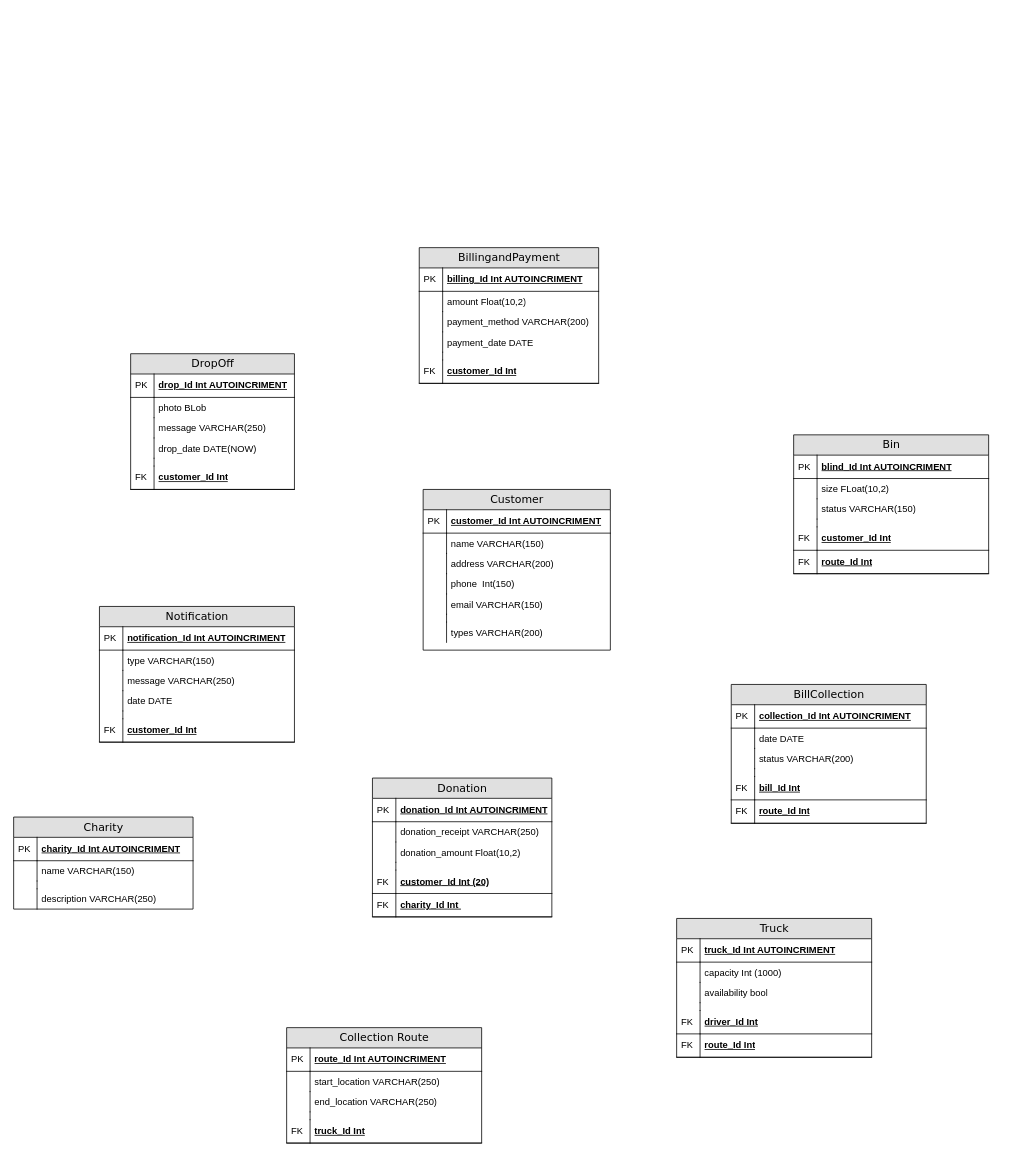
Before: Untitled Diagram.drawio in levos-snr/recycle4Change-R4C, a draw.io diagram. Source tidied: cells renumbered, new cells numbered last; positions are measured from the earlier drawing's top-left corner, leaving out a move shared by most shapes. Both pictures are drawn from the tidied source at 78%, with x=0, y=0 at pixel (13, 247).
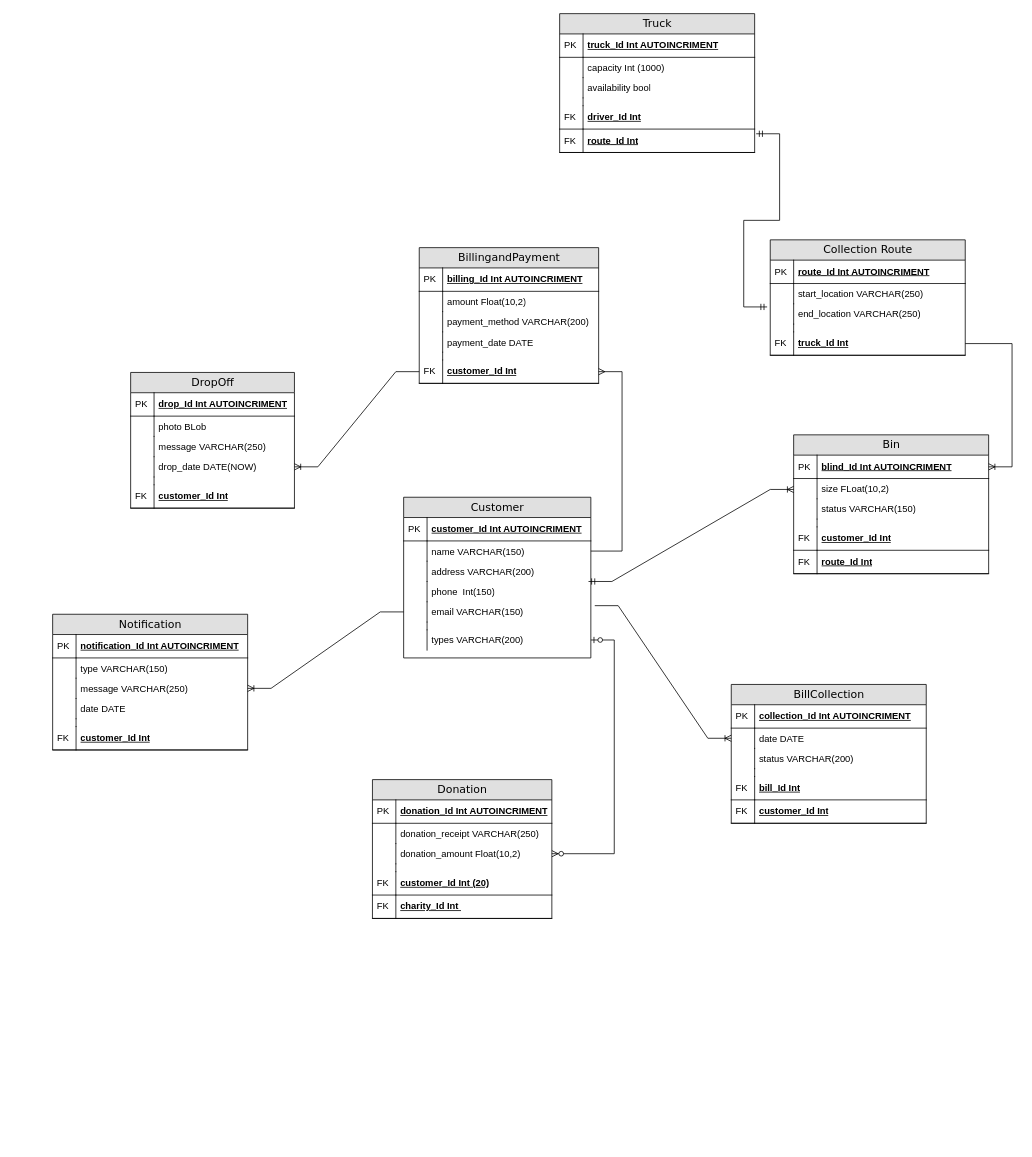
The same diagram, later.

The change refers to these unchanged cells:
```xml
<mxCell id="7" value="donation_amount Float(10,2)" style="shape=partialRectangle;top=0;left=0;right=0;bottom=0;html=1;align=left;verticalAlign=top;fillColor=none;spacingLeft=34;spacingRight=4;whiteSpace=wrap;overflow=hidden;points=[[0,0.5],[1,0.5]];portConstraint=eastwest;" parent="2" vertex="1">
  <mxGeometry y="82" width="230" height="26" as="geometry" />
</mxCell>
<mxCell id="27" value="name VARCHAR(150)" style="shape=partialRectangle;top=0;left=0;right=0;bottom=0;html=1;align=left;verticalAlign=top;fillColor=none;spacingLeft=34;spacingRight=4;whiteSpace=wrap;overflow=hidden;points=[[0,0.5],[1,0.5]];portConstraint=eastwest;" parent="24" vertex="1">
  <mxGeometry y="56" width="240" height="26" as="geometry" />
</mxCell>
<mxCell id="33" value="email VARCHAR(150)" style="shape=partialRectangle;top=0;left=0;right=0;bottom=0;html=1;align=left;verticalAlign=top;fillColor=none;spacingLeft=34;spacingRight=4;whiteSpace=wrap;overflow=hidden;points=[[0,0.5],[1,0.5]];portConstraint=eastwest;" parent="24" vertex="1">
  <mxGeometry y="134" width="240" height="26" as="geometry" />
</mxCell>
<mxCell id="37" value="types VARCHAR(200)" style="shape=partialRectangle;top=0;left=0;right=0;bottom=0;html=1;align=left;verticalAlign=top;fillColor=none;spacingLeft=34;spacingRight=4;whiteSpace=wrap;overflow=hidden;points=[[0,0.5],[1,0.5]];portConstraint=eastwest;" parent="24" vertex="1">
  <mxGeometry y="170" width="240" height="26" as="geometry" />
</mxCell>
<mxCell id="44" value="end_location VARCHAR(250)" style="shape=partialRectangle;top=0;left=0;right=0;bottom=0;html=1;align=left;verticalAlign=top;fillColor=none;spacingLeft=34;spacingRight=4;whiteSpace=wrap;overflow=hidden;points=[[0,0.5],[1,0.5]];portConstraint=eastwest;" parent="39" vertex="1">
  <mxGeometry y="82" width="250" height="26" as="geometry" />
</mxCell>
<mxCell id="48" value="truck_Id Int" style="shape=partialRectangle;top=0;left=0;right=0;bottom=1;html=1;align=left;verticalAlign=middle;fillColor=none;spacingLeft=34;spacingRight=4;whiteSpace=wrap;overflow=hidden;points=[[0,0.5],[1,0.5]];portConstraint=eastwest;fontStyle=5;" parent="39" vertex="1">
  <mxGeometry y="118" width="250" height="30" as="geometry" />
</mxCell>
<mxCell id="61" value="route_Id Int" style="shape=partialRectangle;top=0;left=0;right=0;bottom=1;html=1;align=left;verticalAlign=middle;fillColor=none;spacingLeft=34;spacingRight=4;whiteSpace=wrap;overflow=hidden;points=[[0,0.5],[1,0.5]];portConstraint=eastwest;fontStyle=5;" parent="50" vertex="1">
  <mxGeometry y="148" width="250" height="30" as="geometry" />
</mxCell>
<mxCell id="70" value="drop_date DATE(NOW)" style="shape=partialRectangle;top=0;left=0;right=0;bottom=0;html=1;align=left;verticalAlign=top;fillColor=none;spacingLeft=34;spacingRight=4;whiteSpace=wrap;overflow=hidden;points=[[0,0.5],[1,0.5]];portConstraint=eastwest;" parent="63" vertex="1">
  <mxGeometry y="108" width="210" height="26" as="geometry" />
</mxCell>
<mxCell id="77" value="blind_Id Int AUTOINCRIMENT" style="shape=partialRectangle;top=0;left=0;right=0;bottom=1;html=1;align=left;verticalAlign=middle;fillColor=none;spacingLeft=34;spacingRight=4;whiteSpace=wrap;overflow=hidden;points=[[0,0.5],[1,0.5]];portConstraint=eastwest;fontStyle=5;" parent="76" vertex="1">
  <mxGeometry y="26" width="250" height="30" as="geometry" />
</mxCell>
<mxCell id="100" value="customer_Id Int" style="shape=partialRectangle;top=0;left=0;right=0;bottom=1;html=1;align=left;verticalAlign=middle;fillColor=none;spacingLeft=34;spacingRight=4;whiteSpace=wrap;overflow=hidden;points=[[0,0.5],[1,0.5]];portConstraint=eastwest;fontStyle=5;" parent="89" vertex="1">
  <mxGeometry y="144" width="230" height="30" as="geometry" />
</mxCell>
<mxCell id="107" value="message VARCHAR(250)" style="shape=partialRectangle;top=0;left=0;right=0;bottom=0;html=1;align=left;verticalAlign=top;fillColor=none;spacingLeft=34;spacingRight=4;whiteSpace=wrap;overflow=hidden;points=[[0,0.5],[1,0.5]];portConstraint=eastwest;" parent="102" vertex="1">
  <mxGeometry y="82" width="250" height="26" as="geometry" />
</mxCell>
<mxCell id="115" value="BillCollection" style="swimlane;html=1;fontStyle=0;horizontal=1;startSize=26;fillColor=#e0e0e0;swimlaneFillColor=#ffffff;align=center;rounded=0;shadow=0;comic=0;labelBackgroundColor=none;strokeWidth=1;fontFamily=Verdana;fontSize=14;swimlaneLine=1;" parent="1" vertex="1">
  <mxGeometry x="920" y="560" width="250" height="178" as="geometry" />
</mxCell>
<mxCell id="118" value="date DATE" style="shape=partialRectangle;top=0;left=0;right=0;bottom=0;html=1;align=left;verticalAlign=top;fillColor=none;spacingLeft=34;spacingRight=4;whiteSpace=wrap;overflow=hidden;points=[[0,0.5],[1,0.5]];portConstraint=eastwest;" parent="115" vertex="1">
  <mxGeometry y="56" width="250" height="26" as="geometry" />
</mxCell>
```

What changed in the source:
```diff
@@
     <mxCell id="2" value="Donation" style="swimlane;html=1;fontStyle=0;horizontal=1;startSize=26;fillColor=#e0e0e0;swimlaneFillColor=#ffffff;align=center;rounded=0;shadow=0;comic=0;labelBackgroundColor=none;strokeWidth=1;fontFamily=Verdana;fontSize=14;swimlaneLine=1;" parent="1" vertex="1">
-      <mxGeometry x="460" y="680" width="230" height="178" as="geometry" />
+      <mxGeometry x="460" y="682" width="230" height="178" as="geometry" />
     </mxCell>
@@
-    <mxCell id="15" value="Charity" style="swimlane;html=1;fontStyle=0;horizontal=1;startSize=26;fillColor=#e0e0e0;swimlaneFillColor=#ffffff;align=center;rounded=0;shadow=0;comic=0;labelBackgroundColor=none;strokeWidth=1;fontFamily=Verdana;fontSize=14;swimlaneLine=1;" parent="1" vertex="1">
-      <mxGeometry y="730" width="230" height="118" as="geometry" />
-    </mxCell>
-    <mxCell id="16" value="charity_Id Int AUTOINCRIMENT" style="shape=partialRectangle;top=0;left=0;right=0;bottom=1;html=1;align=left;verticalAlign=middle;fillColor=none;spacingLeft=34;spacingRight=4;whiteSpace=wrap;overflow=hidden;fontStyle=5;" parent="15" vertex="1">
-      <mxGeometry y="26" width="230" height="30" as="geometry" />
-    </mxCell>
-    <mxCell id="17" value="PK" style="shape=partialRectangle;top=0;left=0;bottom=0;html=1;fillColor=none;align=left;verticalAlign=middle;spacingLeft=4;spacingRight=4;whiteSpace=wrap;overflow=hidden;" parent="16" vertex="1">
-      <mxGeometry width="30" height="30" as="geometry" />
-    </mxCell>
-    <mxCell id="18" value="name VARCHAR(150)" style="shape=partialRectangle;top=0;left=0;right=0;bottom=0;html=1;align=left;verticalAlign=top;fillColor=none;spacingLeft=34;spacingRight=4;whiteSpace=wrap;overflow=hidden;" parent="15" vertex="1">
-      <mxGeometry y="56" width="230" height="26" as="geometry" />
-    </mxCell>
-    <mxCell id="19" style="shape=partialRectangle;top=0;left=0;bottom=0;html=1;fillColor=none;align=left;verticalAlign=top;spacingLeft=4;spacingRight=4;whiteSpace=wrap;overflow=hidden;" parent="18" vertex="1">
-      <mxGeometry width="30" height="26" as="geometry" />
-    </mxCell>
-    <mxCell id="20" style="shape=partialRectangle;top=0;left=0;right=0;bottom=0;html=1;align=left;verticalAlign=top;fillColor=none;spacingLeft=34;spacingRight=4;whiteSpace=wrap;overflow=hidden;" parent="15" vertex="1">
-      <mxGeometry y="82" width="230" height="10" as="geometry" />
-    </mxCell>
-    <mxCell id="21" style="shape=partialRectangle;top=0;left=0;bottom=0;html=1;fillColor=none;align=left;verticalAlign=top;spacingLeft=4;spacingRight=4;whiteSpace=wrap;overflow=hidden;" parent="20" vertex="1">
-      <mxGeometry width="30" height="10" as="geometry" />
-    </mxCell>
-    <mxCell id="22" value="description VARCHAR(250)" style="shape=partialRectangle;top=0;left=0;right=0;bottom=0;html=1;align=left;verticalAlign=top;fillColor=none;spacingLeft=34;spacingRight=4;whiteSpace=wrap;overflow=hidden;" parent="15" vertex="1">
-      <mxGeometry y="92" width="230" height="26" as="geometry" />
-    </mxCell>
-    <mxCell id="23" style="shape=partialRectangle;top=0;left=0;bottom=0;html=1;fillColor=none;align=left;verticalAlign=top;spacingLeft=4;spacingRight=4;whiteSpace=wrap;overflow=hidden;" parent="22" vertex="1">
-      <mxGeometry width="30" height="26" as="geometry" />
-    </mxCell>
     <mxCell id="24" value="Customer" style="swimlane;html=1;fontStyle=0;horizontal=1;startSize=26;fillColor=#e0e0e0;swimlaneFillColor=#ffffff;align=center;rounded=0;shadow=0;comic=0;labelBackgroundColor=none;strokeWidth=1;fontFamily=Verdana;fontSize=14;swimlaneLine=1;" parent="1" vertex="1">
-      <mxGeometry x="525" y="310" width="240" height="206" as="geometry" />
+      <mxGeometry x="500" y="320" width="240" height="206" as="geometry" />
     </mxCell>
@@
     <mxCell id="39" value="Collection Route" style="swimlane;html=1;fontStyle=0;horizontal=1;startSize=26;fillColor=#e0e0e0;swimlaneFillColor=#ffffff;align=center;rounded=0;shadow=0;comic=0;labelBackgroundColor=none;strokeWidth=1;fontFamily=Verdana;fontSize=14;swimlaneLine=1;" parent="1" vertex="1">
-      <mxGeometry x="350" y="1000" width="250" height="148" as="geometry" />
+      <mxGeometry x="970" y="-10" width="250" height="148" as="geometry" />
     </mxCell>
@@
     <mxCell id="50" value="Truck" style="swimlane;html=1;fontStyle=0;horizontal=1;startSize=26;fillColor=#e0e0e0;swimlaneFillColor=#ffffff;align=center;rounded=0;shadow=0;comic=0;labelBackgroundColor=none;strokeWidth=1;fontFamily=Verdana;fontSize=14;swimlaneLine=1;" parent="1" vertex="1">
-      <mxGeometry x="850" y="860" width="250" height="178" as="geometry" />
+      <mxGeometry x="700" y="-300" width="250" height="178" as="geometry" />
     </mxCell>
@@
     <mxCell id="63" value="DropOff" style="swimlane;html=1;fontStyle=0;horizontal=1;startSize=26;fillColor=#e0e0e0;swimlaneFillColor=#ffffff;align=center;rounded=0;shadow=0;comic=0;labelBackgroundColor=none;strokeWidth=1;fontFamily=Verdana;fontSize=14;swimlaneLine=1;" parent="1" vertex="1">
-      <mxGeometry x="150" y="136" width="210" height="174" as="geometry" />
+      <mxGeometry x="150" y="160" width="210" height="174" as="geometry" />
     </mxCell>
@@
     <mxCell id="102" value="Notification" style="swimlane;html=1;fontStyle=0;horizontal=1;startSize=26;fillColor=#e0e0e0;swimlaneFillColor=#ffffff;align=center;rounded=0;shadow=0;comic=0;labelBackgroundColor=none;strokeWidth=1;fontFamily=Verdana;fontSize=14;swimlaneLine=1;" parent="1" vertex="1">
-      <mxGeometry x="110" y="460" width="250" height="174" as="geometry" />
+      <mxGeometry x="50" y="470" width="250" height="174" as="geometry" />
     </mxCell>
@@
-    <mxCell id="126" value="route_Id Int" style="shape=partialRectangle;top=0;left=0;right=0;bottom=1;html=1;align=left;verticalAlign=middle;fillColor=none;spacingLeft=34;spacingRight=4;whiteSpace=wrap;overflow=hidden;fontStyle=5;" parent="115" vertex="1">
+    <mxCell id="126" value="customer_Id Int" style="shape=partialRectangle;top=0;left=0;right=0;bottom=1;html=1;align=left;verticalAlign=middle;fillColor=none;spacingLeft=34;spacingRight=4;whiteSpace=wrap;overflow=hidden;fontStyle=5;" parent="115" vertex="1">
       <mxGeometry y="148" width="250" height="30" as="geometry" />
     </mxCell>
@@
+    <mxCell id="128" style="edgeStyle=entityRelationEdgeStyle;fontSize=12;html=1;endArrow=ERmany;rounded=0;exitX=1;exitY=0.5;exitDx=0;exitDy=0;" parent="1" edge="1" source="27" target="100">
+      <mxGeometry relative="1" as="geometry" />
+    </mxCell>
+    <mxCell id="129" style="edgeStyle=entityRelationEdgeStyle;fontSize=12;html=1;endArrow=ERoneToMany;rounded=0;entryX=1;entryY=0.5;entryDx=0;entryDy=0;exitX=0;exitY=0.5;exitDx=0;exitDy=0;" parent="1" edge="1" source="100" target="70">
+      <mxGeometry relative="1" as="geometry" />
+    </mxCell>
+    <mxCell id="130" style="edgeStyle=entityRelationEdgeStyle;fontSize=12;html=1;endArrow=ERoneToMany;rounded=0;entryX=1;entryY=0.5;entryDx=0;entryDy=0;exitX=0;exitY=0.5;exitDx=0;exitDy=0;" parent="1" edge="1" source="33" target="107">
+      <mxGeometry relative="1" as="geometry" />
+    </mxCell>
+    <mxCell id="131" style="edgeStyle=entityRelationEdgeStyle;fontSize=12;html=1;endArrow=ERzeroToMany;startArrow=ERzeroToOne;rounded=0;entryX=1;entryY=0.5;entryDx=0;entryDy=0;" parent="1" edge="1" source="37" target="7">
+      <mxGeometry relative="1" as="geometry" />
+    </mxCell>
+    <mxCell id="132" style="edgeStyle=entityRelationEdgeStyle;fontSize=12;html=1;endArrow=ERoneToMany;rounded=0;entryX=0;entryY=0.5;entryDx=0;entryDy=0;exitX=1.021;exitY=0.192;exitDx=0;exitDy=0;exitPerimeter=0;" parent="1" edge="1" source="33" target="118">
+      <mxGeometry relative="1" as="geometry" />
+    </mxCell>
+    <mxCell id="133" style="edgeStyle=entityRelationEdgeStyle;fontSize=12;html=1;endArrow=ERoneToMany;startArrow=ERmandOne;rounded=0;" parent="1" edge="1">
+      <mxGeometry relative="1" as="geometry">
+        <mxPoint x="737" y="428" as="sourcePoint" />
+        <mxPoint x="1000" y="310" as="targetPoint" />
+      </mxGeometry>
+    </mxCell>
+    <mxCell id="134" style="edgeStyle=entityRelationEdgeStyle;fontSize=12;html=1;endArrow=ERoneToMany;rounded=0;" parent="1" edge="1" source="48" target="77">
+      <mxGeometry relative="1" as="geometry" />
+    </mxCell>
+    <mxCell id="135" style="edgeStyle=entityRelationEdgeStyle;fontSize=12;html=1;endArrow=ERmandOne;startArrow=ERmandOne;rounded=0;entryX=-0.016;entryY=0.154;entryDx=0;entryDy=0;entryPerimeter=0;exitX=1.008;exitY=0.2;exitDx=0;exitDy=0;exitPerimeter=0;" parent="1" edge="1" source="61" target="44">
+      <mxGeometry relative="1" as="geometry" />
+    </mxCell>
```
